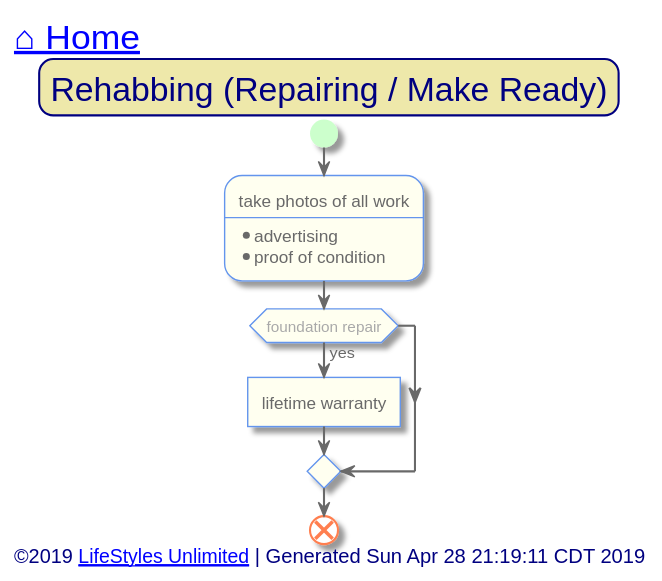
Above: out/src/single-family/rehabbing.svg in toddmo/lifestylesunlimited (PlantUML), before the change.
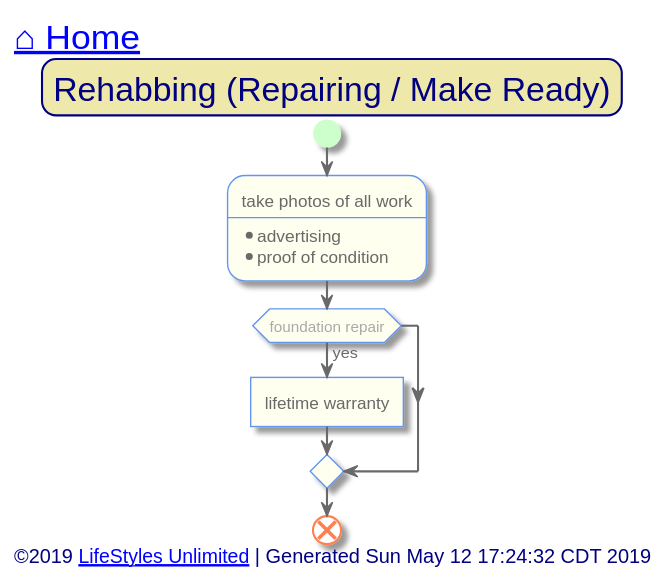
After the commit.

The edit, as a diff of the source:
```diff
@@ -95,7 +95,7 @@
 
 
 left footer
-	<font size=14>©2019 [[http://www.lifestylesunlimited.com LifeStyles Unlimited]] | Generated Sun Apr 28 21:19:11 CDT 2019</font>
+	<font size=14>©2019 [[http://www.lifestylesunlimited.com LifeStyles Unlimited]] | Generated Sun May 12 17:24:32 CDT 2019</font>
 endfooter
 
 
```
